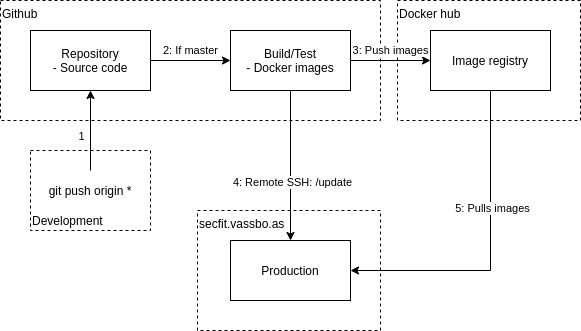
Before: documentation/Pipeline_Master.png, a diagram exported from draw.io (TDT4242-Sofware-engineering/secfit). Source tidied: cells renumbered, new cells last; positions are measured from the earlier drawing's top-left corner, leaving out a move shared by most shapes. Source of this version:
```xml
<mxGraphModel>
  <root>
    <mxCell id="0" />
    <mxCell id="1" parent="0" />
    <mxCell id="2" value="Docker hub" style="whiteSpace=wrap;html=1;rounded=0;fillColor=none;dashed=1;verticalAlign=top;align=left;" parent="1" vertex="1">
      <mxGeometry x="397" width="183" height="120" as="geometry" />
    </mxCell>
    <mxCell id="3" value="Github" style="whiteSpace=wrap;html=1;rounded=0;fillColor=none;dashed=1;verticalAlign=top;align=left;" parent="1" vertex="1">
      <mxGeometry width="380" height="120" as="geometry" />
    </mxCell>
    <mxCell id="4" value="2: If master" style="edgeStyle=orthogonalEdgeStyle;rounded=0;jettySize=auto;html=1;" parent="1" edge="1" source="5" target="12">
      <mxGeometry y="10" relative="1" as="geometry" />
    </mxCell>
    <mxCell id="5" value="Repository&lt;br&gt;- Source code" style="rounded=0;whiteSpace=wrap;html=1;" parent="1" vertex="1">
      <mxGeometry x="30" y="30" width="120" height="60" as="geometry" />
    </mxCell>
    <mxCell id="6" style="endArrow=classic;html=1;entryX=0.5;entryY=1;entryDx=0;entryDy=0;" parent="1" edge="1" target="5">
      <mxGeometry relative="1" as="geometry">
        <mxPoint x="90" y="170" as="sourcePoint" />
      </mxGeometry>
    </mxCell>
    <mxCell id="7" value="1" style="edgeLabel;html=1;align=center;verticalAlign=middle;" parent="6" vertex="1">
      <mxGeometry x="-0.47" y="-1" relative="1" as="geometry">
        <mxPoint x="-11" y="-14" as="offset" />
      </mxGeometry>
    </mxCell>
    <mxCell id="8" value="git push origin *" style="text;html=1;strokeColor=none;fillColor=none;align=center;verticalAlign=middle;whiteSpace=wrap;rounded=0;" parent="1" vertex="1">
      <mxGeometry x="45" y="180" width="90" height="20" as="geometry" />
    </mxCell>
    <mxCell id="9" value="3: Push images" style="edgeStyle=orthogonalEdgeStyle;rounded=0;jettySize=auto;html=1;" parent="1" edge="1" source="12" target="16">
      <mxGeometry y="10" relative="1" as="geometry" />
    </mxCell>
    <mxCell id="10" style="edgeStyle=orthogonalEdgeStyle;rounded=0;jettySize=auto;html=1;" parent="1" edge="1" source="12" target="17">
      <mxGeometry relative="1" as="geometry" />
    </mxCell>
    <mxCell id="11" value="4: Remote SSH: /update" style="edgeLabel;html=1;align=center;verticalAlign=middle;" parent="10" vertex="1">
      <mxGeometry x="0.21" y="1" relative="1" as="geometry" />
    </mxCell>
    <mxCell id="12" value="Build/Test&lt;br&gt;- Docker images" style="whiteSpace=wrap;html=1;rounded=0;" parent="1" vertex="1">
      <mxGeometry x="230" y="30" width="120" height="60" as="geometry" />
    </mxCell>
    <mxCell id="13" value="Development" style="whiteSpace=wrap;html=1;rounded=0;fillColor=none;dashed=1;verticalAlign=bottom;align=left;" parent="1" vertex="1">
      <mxGeometry x="30" y="150" width="120" height="80" as="geometry" />
    </mxCell>
    <mxCell id="14" style="edgeStyle=orthogonalEdgeStyle;rounded=0;jettySize=auto;html=1;exitX=0.5;exitY=1;exitDx=0;exitDy=0;entryX=1;entryY=0.5;entryDx=0;entryDy=0;" parent="1" edge="1" source="16" target="17">
      <mxGeometry relative="1" as="geometry" />
    </mxCell>
    <mxCell id="15" value="5: Pulls images" style="edgeLabel;html=1;align=center;verticalAlign=middle;" parent="14" vertex="1">
      <mxGeometry x="-0.27" y="1" relative="1" as="geometry" />
    </mxCell>
    <mxCell id="16" value="Image registry" style="whiteSpace=wrap;html=1;rounded=0;" parent="1" vertex="1">
      <mxGeometry x="430" y="30" width="120" height="60" as="geometry" />
    </mxCell>
    <mxCell id="17" value="Production" style="whiteSpace=wrap;html=1;rounded=0;" parent="1" vertex="1">
      <mxGeometry x="230" y="240" width="120" height="60" as="geometry" />
    </mxCell>
    <mxCell id="18" value="secfit.vassbo.as" style="whiteSpace=wrap;html=1;rounded=0;fillColor=none;dashed=1;verticalAlign=top;align=left;" parent="1" vertex="1">
      <mxGeometry x="197" y="210" width="183" height="120" as="geometry" />
    </mxCell>
  </root>
</mxGraphModel>
```
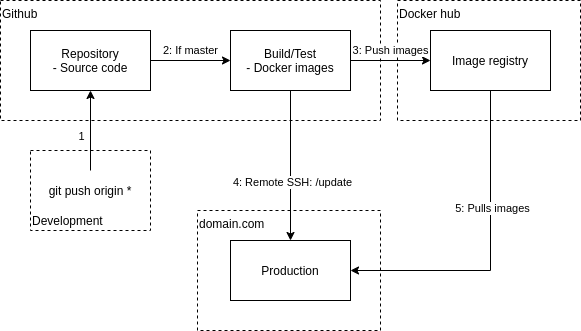
After the change.

Diff of the diagram source:
```diff
@@ -54,7 +54,7 @@
     <mxCell id="17" value="Production" style="whiteSpace=wrap;html=1;rounded=0;" parent="1" vertex="1">
       <mxGeometry x="230" y="240" width="120" height="60" as="geometry" />
     </mxCell>
-    <mxCell id="18" value="secfit.vassbo.as" style="whiteSpace=wrap;html=1;rounded=0;fillColor=none;dashed=1;verticalAlign=top;align=left;" parent="1" vertex="1">
+    <mxCell id="18" value="domain.com" style="whiteSpace=wrap;html=1;rounded=0;fillColor=none;dashed=1;verticalAlign=top;align=left;" parent="1" vertex="1">
       <mxGeometry x="197" y="210" width="183" height="120" as="geometry" />
     </mxCell>
   </root>
```
